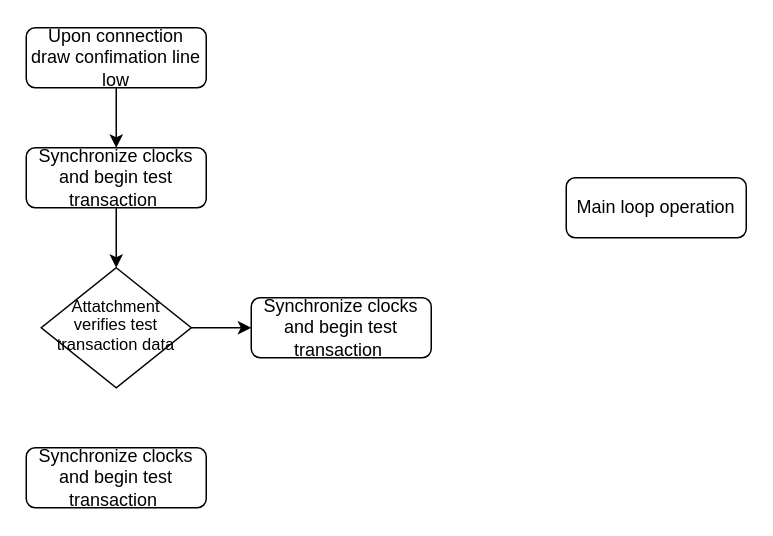
Before: test.dio in Kyle-912/HDL, a draw.io diagram. Source tidied: cells renumbered, new cells numbered last; positions are measured from the earlier drawing's top-left corner, leaving out a move shared by most shapes. Both pictures are drawn from the tidied source at 150%, with x=0, y=0 at pixel (26, 27).
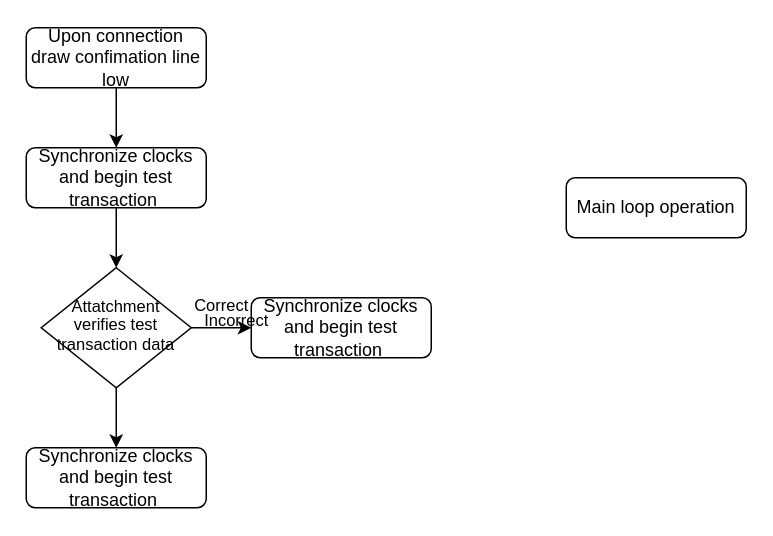
After the change.

The edit, as a diff of the source:
```diff
@@
 <mxGraphModel>
   <root>
     <mxCell id="0" />
     <mxCell id="1" parent="0" />
     <mxCell id="2" value="Main loop operation" style="rounded=1;whiteSpace=wrap;html=1;fontSize=12;glass=0;strokeWidth=1;shadow=0;" parent="1" vertex="1">
       <mxGeometry x="360" y="100" width="120" height="40" as="geometry" />
     </mxCell>
     <mxCell id="3" style="edgeStyle=none;html=1;exitX=0.5;exitY=1;exitDx=0;exitDy=0;entryX=0.5;entryY=0;entryDx=0;entryDy=0;fontSize=11;" parent="1" edge="1" source="4" target="6">
       <mxGeometry relative="1" as="geometry" />
     </mxCell>
     <mxCell id="4" value="Upon connection draw confimation line low" style="rounded=1;whiteSpace=wrap;html=1;fontSize=12;glass=0;strokeWidth=1;shadow=0;" parent="1" vertex="1">
       <mxGeometry width="120" height="40" as="geometry" />
     </mxCell>
     <mxCell id="5" style="edgeStyle=none;html=1;exitX=0.5;exitY=1;exitDx=0;exitDy=0;entryX=0.5;entryY=0;entryDx=0;entryDy=0;fontSize=11;" parent="1" edge="1" source="6" target="8">
       <mxGeometry relative="1" as="geometry" />
     </mxCell>
     <mxCell id="6" value="Synchronize clocks and begin test transaction&amp;nbsp;" style="rounded=1;whiteSpace=wrap;html=1;fontSize=12;glass=0;strokeWidth=1;shadow=0;" parent="1" vertex="1">
       <mxGeometry y="80" width="120" height="40" as="geometry" />
     </mxCell>
     <mxCell id="7" style="edgeStyle=none;html=1;exitX=1;exitY=0.5;exitDx=0;exitDy=0;entryX=0;entryY=0.5;entryDx=0;entryDy=0;fontSize=11;" parent="1" edge="1" source="8" target="10">
       <mxGeometry relative="1" as="geometry" />
     </mxCell>
+    <mxCell id="11" style="edgeStyle=none;html=1;exitX=0.5;exitY=1;exitDx=0;exitDy=0;entryX=0.5;entryY=0;entryDx=0;entryDy=0;fontSize=11;" parent="1" edge="1" source="8" target="9">
+      <mxGeometry relative="1" as="geometry" />
+    </mxCell>
     <mxCell id="8" value="&lt;p style=&quot;line-height: 110%; font-size: 11px;&quot;&gt;&lt;font style=&quot;font-size: 11px;&quot;&gt;Attatchment verifies test transaction&amp;nbsp;&lt;/font&gt;&lt;span style=&quot;background-color: initial;&quot;&gt;data&lt;/span&gt;&lt;/p&gt;" style="rhombus;whiteSpace=wrap;html=1;shadow=0;fontFamily=Helvetica;fontSize=12;align=center;strokeWidth=1;spacing=6;spacingTop=-4;" parent="1" vertex="1">
       <mxGeometry x="10" y="160" width="100" height="80" as="geometry" />
     </mxCell>
     <mxCell id="9" value="Synchronize clocks and begin test transaction&amp;nbsp;" style="rounded=1;whiteSpace=wrap;html=1;fontSize=12;glass=0;strokeWidth=1;shadow=0;" parent="1" vertex="1">
       <mxGeometry y="280" width="120" height="40" as="geometry" />
     </mxCell>
     <mxCell id="10" value="Synchronize clocks and begin test transaction&amp;nbsp;" style="rounded=1;whiteSpace=wrap;html=1;fontSize=12;glass=0;strokeWidth=1;shadow=0;" parent="1" vertex="1">
       <mxGeometry x="150" y="180" width="120" height="40" as="geometry" />
     </mxCell>
+    <mxCell id="12" value="Correct" style="text;html=1;align=center;verticalAlign=middle;strokeColor=none;fillColor=none;fontSize=11;" parent="1" vertex="1">
+      <mxGeometry x="100" y="170" width="60" height="30" as="geometry" />
+    </mxCell>
+    <mxCell id="13" value="Incorrect" style="text;html=1;align=center;verticalAlign=middle;strokeColor=none;fillColor=none;fontSize=11;" parent="1" vertex="1">
+      <mxGeometry x="105" y="180" width="70" height="30" as="geometry" />
+    </mxCell>
   </root>
 </mxGraphModel>
```
